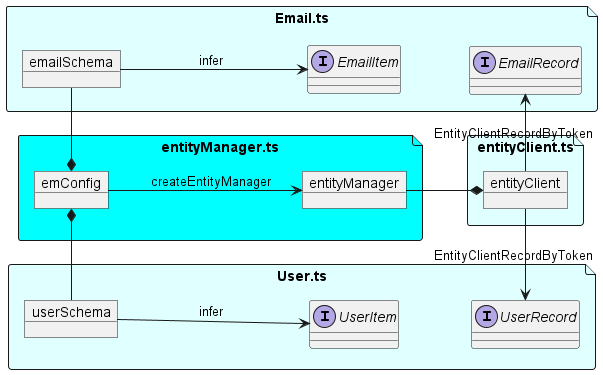
Before: assets/entityManager.png, a diagram exported from PlantUML (karmaniverous/entity-manager-demo).
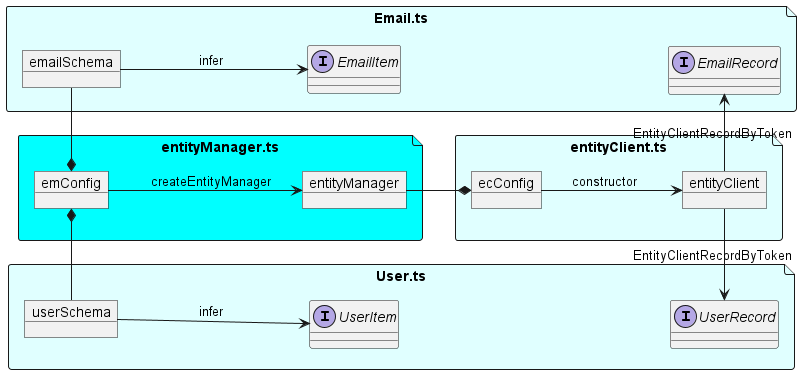
The same diagram one commit later.

Diff of the diagram source:
```diff
@@ -3,7 +3,10 @@
 left to right direction
 
 file "entityClient.ts" as entityClientTs #LightCyan {
+    object ecConfig
     object entityClient
+
+    ecConfig --> entityClient: constructor
 }
 
 file "User.ts" as UserTs #LightCyan {
@@ -12,7 +15,7 @@
     interface UserRecord
 
     userSchema --> UserItem: infer
-    UserItem -[hidden]-> UserRecord
+    UserItem -[hidden]--> UserRecord
 
     UserRecord <- entityClient : EntityClientRecordByToken
 }
@@ -23,7 +26,7 @@
     interface EmailRecord
 
     emailSchema --> EmailItem  : infer
-    EmailItem -[hidden]-> EmailRecord
+    EmailItem -[hidden]--> EmailRecord
 
     EmailRecord <- entityClient : EntityClientRecordByToken
 }
@@ -39,6 +42,6 @@
     emConfig --> entityManager: createEntityManager
 }
 
-entityManager --* entityClient
+entityManager --* ecConfig
 
 @enduml
```
